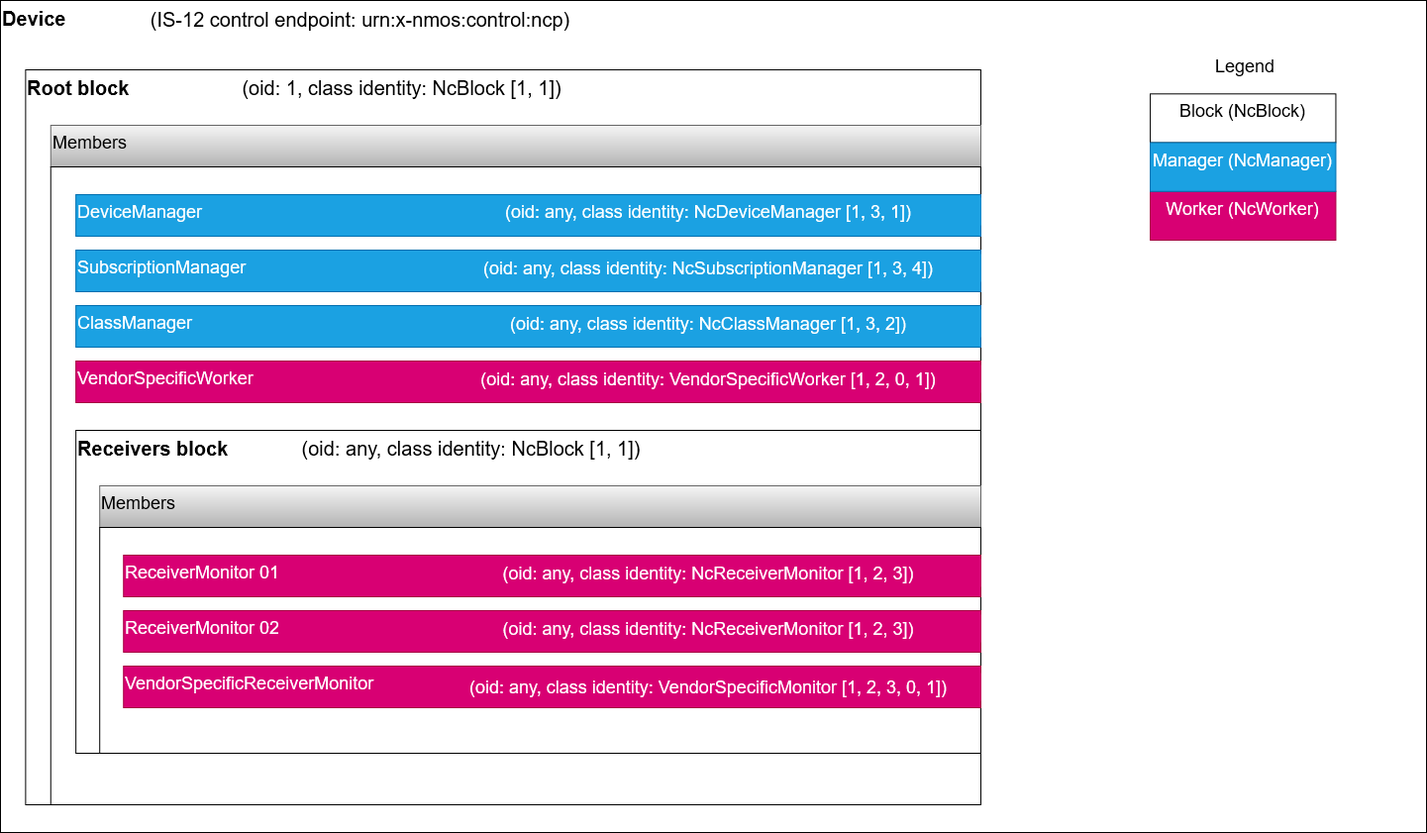
AMWA-TV/info-006 keeps this draw.io diagram as docs/images/typical-device-structure.png. Above is the earlier version. Source tidied: cells renumbered, new cells last; positions are measured from the earlier drawing's top-left corner, leaving out a move shared by most shapes.
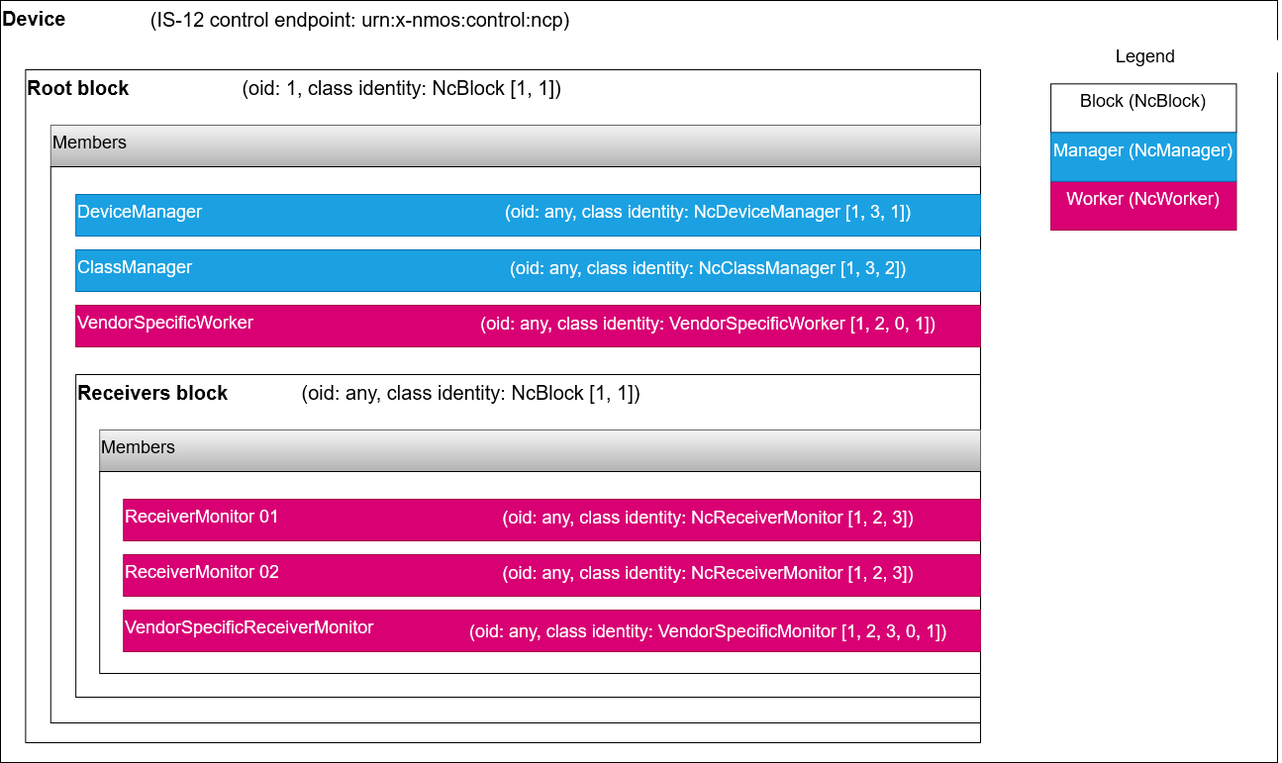
The same diagram one commit later.

What changed in the source:
```diff
@@ -3,23 +3,20 @@
     <mxCell id="0" style="html=1;" />
     <mxCell id="1" style="html=1;" parent="0" />
     <mxCell id="2" value="Device" style="rounded=0;whiteSpace=wrap;html=1;verticalAlign=top;align=left;fontSize=20;fontStyle=1;" parent="1" vertex="1">
-      <mxGeometry width="1440" height="840" as="geometry" />
+      <mxGeometry y="56" width="1290" height="770" as="geometry" />
     </mxCell>
     <mxCell id="3" value="Root block" style="rounded=0;whiteSpace=wrap;html=1;fontSize=20;align=left;verticalAlign=top;fontStyle=1;" parent="1" vertex="1">
-      <mxGeometry x="25.4" y="70" width="964.6" height="742" as="geometry" />
+      <mxGeometry x="25.4" y="126" width="964.6" height="680" as="geometry" />
     </mxCell>
     <mxCell id="4" value="Members" style="rounded=0;whiteSpace=wrap;html=1;fontSize=18;align=left;verticalAlign=top;fillColor=#f5f5f5;strokeColor=#666666;gradientColor=#b3b3b3;" parent="1" vertex="1">
-      <mxGeometry x="50.8" y="126" width="939.2" height="42" as="geometry" />
+      <mxGeometry x="50.8" y="182" width="939.2" height="42" as="geometry" />
     </mxCell>
     <mxCell id="5" style="rounded=0;whiteSpace=wrap;html=1;fontSize=16;align=left;verticalAlign=top;" parent="1" vertex="1">
-      <mxGeometry x="50.8" y="168" width="939.2" height="644" as="geometry" />
+      <mxGeometry x="50.8" y="224" width="939.2" height="562" as="geometry" />
     </mxCell>
     <mxCell id="6" value="DeviceManager" style="rounded=0;whiteSpace=wrap;html=1;fontSize=18;align=left;verticalAlign=top;fillColor=#1ba1e2;fontColor=#ffffff;strokeColor=#006EAF;" parent="1" vertex="1">
-      <mxGeometry x="76.2" y="196" width="913.8" height="42" as="geometry" />
+      <mxGeometry x="76.2" y="252" width="913.8" height="42" as="geometry" />
     </mxCell>
-    <mxCell id="7" value="SubscriptionManager" style="rounded=0;whiteSpace=wrap;html=1;fontSize=18;align=left;verticalAlign=top;fillColor=#1ba1e2;fontColor=#ffffff;strokeColor=#006EAF;" parent="1" vertex="1">
-      <mxGeometry x="76.2" y="252" width="913.8" height="42" as="geometry" />
-    </mxCell>
     <mxCell id="8" value="ClassManager" style="rounded=0;whiteSpace=wrap;html=1;fontSize=18;align=left;verticalAlign=top;fillColor=#1ba1e2;fontColor=#ffffff;strokeColor=#006EAF;" parent="1" vertex="1">
       <mxGeometry x="76.2" y="308" width="913.8" height="42" as="geometry" />
     </mxCell>
@@ -33,7 +30,7 @@
       <mxGeometry x="100.2" y="490" width="889.8" height="42" as="geometry" />
     </mxCell>
     <mxCell id="12" style="rounded=0;whiteSpace=wrap;html=1;fontSize=16;align=left;verticalAlign=top;" parent="1" vertex="1">
-      <mxGeometry x="100.2" y="532" width="889.8" height="228" as="geometry" />
+      <mxGeometry x="100.2" y="532" width="889.8" height="204" as="geometry" />
     </mxCell>
     <mxCell id="13" value="ReceiverMonitor 01" style="rounded=0;whiteSpace=wrap;html=1;fontSize=18;align=left;verticalAlign=top;fillColor=#d80073;fontColor=#ffffff;strokeColor=#A50040;" parent="1" vertex="1">
       <mxGeometry x="124.3" y="560" width="865.7" height="42" as="geometry" />
@@ -45,22 +42,19 @@
       <mxGeometry x="124.3" y="672" width="865.7" height="42" as="geometry" />
     </mxCell>
     <mxCell id="16" value="(IS-12 control endpoint: urn:x-nmos:control:ncp)" style="rounded=0;whiteSpace=wrap;html=1;fontSize=20;strokeColor=none;" parent="1" vertex="1">
-      <mxGeometry x="90" y="5.8" width="547.1" height="26.2" as="geometry" />
+      <mxGeometry x="90" y="61.8" width="547.1" height="26.2" as="geometry" />
     </mxCell>
     <mxCell id="17" value="(oid: any, class identity: NcBlock [1, 1])" style="rounded=0;whiteSpace=wrap;html=1;fontSize=20;strokeColor=none;" parent="1" vertex="1">
       <mxGeometry x="250" y="439" width="450.6" height="26.2" as="geometry" />
     </mxCell>
     <mxCell id="18" value="(oid: any, class identity: NcDeviceManager [1, 3, 1])" style="rounded=0;whiteSpace=wrap;html=1;fontSize=18;strokeColor=none;fillColor=#1ba1e2;fontColor=#ffffff;" parent="1" vertex="1">
-      <mxGeometry x="440" y="199" width="550" height="28" as="geometry" />
+      <mxGeometry x="440" y="255" width="550" height="28" as="geometry" />
     </mxCell>
-    <mxCell id="19" value="(oid: any, class identity: NcSubscriptionManager [1, 3, 4])" style="rounded=0;whiteSpace=wrap;html=1;fontSize=18;strokeColor=none;fillColor=#1ba1e2;fontColor=#ffffff;" parent="1" vertex="1">
-      <mxGeometry x="440" y="256" width="550" height="28" as="geometry" />
-    </mxCell>
     <mxCell id="20" value="(oid: any, class identity: NcClassManager [1, 3, 2])" style="rounded=0;whiteSpace=wrap;html=1;fontSize=18;strokeColor=none;fillColor=#1ba1e2;fontColor=#ffffff;" parent="1" vertex="1">
       <mxGeometry x="440" y="312" width="550" height="28" as="geometry" />
     </mxCell>
     <mxCell id="21" style="group;fontSize=18;" parent="1" vertex="1">
-      <mxGeometry x="1120" y="50" width="273.9" height="192" as="geometry" />
+      <mxGeometry x="1020" y="96" width="273.9" height="192" as="geometry" />
     </mxCell>
     <mxCell id="22" value="Legend" style="rounded=0;whiteSpace=wrap;html=1;fontSize=18;strokeColor=none;" parent="21" vertex="1">
       <mxGeometry width="273.8" height="32.8" as="geometry" />
@@ -75,7 +69,7 @@
       <mxGeometry x="41.1" y="93.5" width="187.4" height="49.2" as="geometry" />
     </mxCell>
     <mxCell id="26" value="(oid: 1, class identity: NcBlock [1, 1])" style="rounded=0;whiteSpace=wrap;html=1;fontSize=20;strokeColor=none;" parent="1" vertex="1">
-      <mxGeometry x="180" y="75" width="450.6" height="26.2" as="geometry" />
+      <mxGeometry x="180" y="131" width="450.6" height="26.2" as="geometry" />
     </mxCell>
     <mxCell id="27" value="(oid: any, class identity: VendorSpecificWorker [1, 2, 0, 1])" style="rounded=0;whiteSpace=wrap;html=1;fontSize=18;strokeColor=none;fillColor=#d80073;fontColor=#ffffff;" parent="1" vertex="1">
       <mxGeometry x="440" y="368" width="550" height="28" as="geometry" />
```
